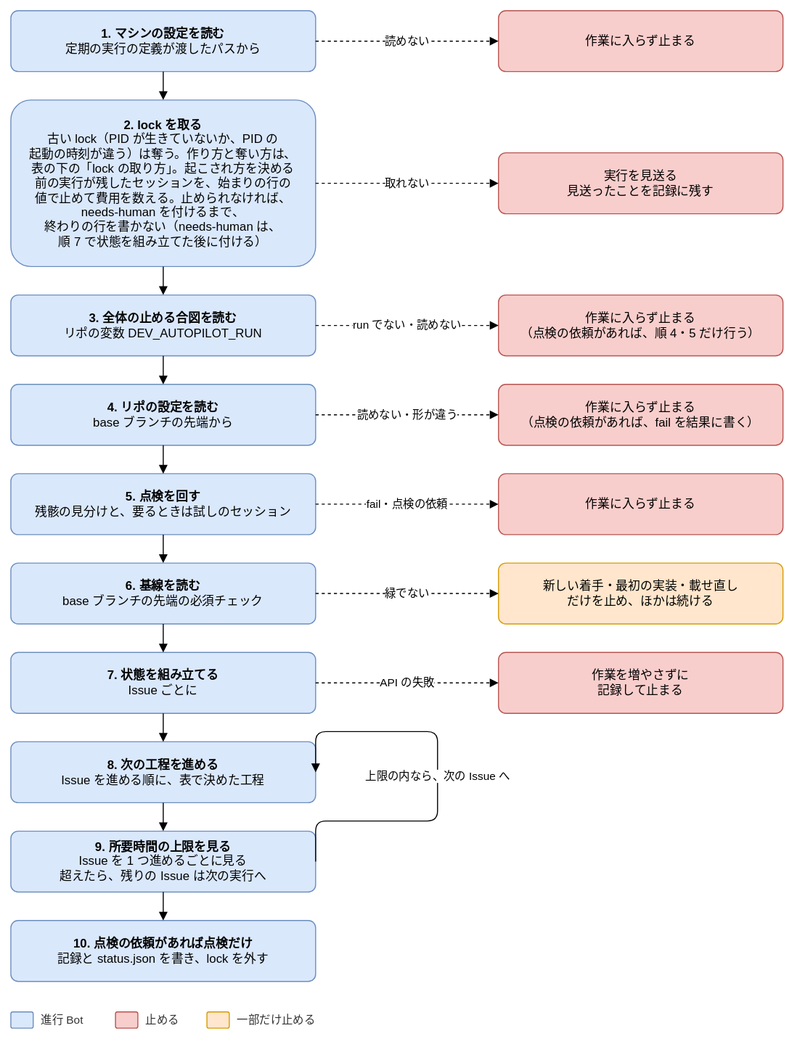
Earlier version of the draw.io export docs/design/basic/diagrams/02-run-flow.drawio.svg (Joymerrevent/dev-autopilot). Source tidied: cells renumbered, new cells last; positions are measured from the earlier drawing's top-left corner, leaving out a move shared by most shapes.
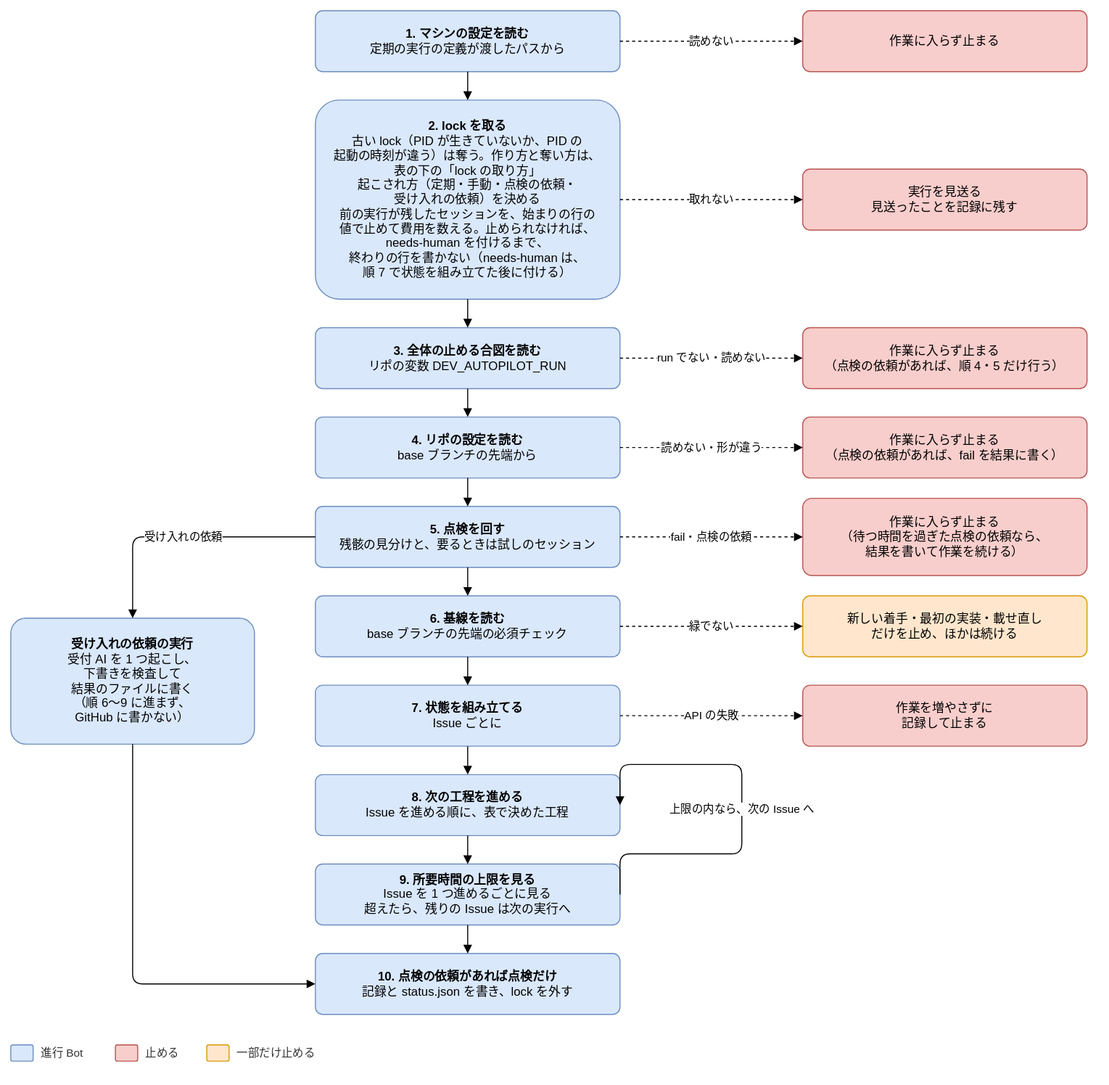
Above is the later version.

The edit, as a diff of the source:
```diff
@@ -3,22 +3,22 @@
     <mxCell id="0" />
     <mxCell id="1" parent="0" />
     <mxCell id="2" value="&lt;b&gt;1. マシンの設定を読む&lt;/b&gt;&lt;br&gt;定期の実行の定義が渡したパスから" style="rounded=1;whiteSpace=wrap;html=1;fontSize=12;arcSize=12;spacing=12;fillColor=#dae8fc;strokeColor=#6c8ebf;" parent="1" vertex="1">
-      <mxGeometry width="300" height="60" as="geometry" />
+      <mxGeometry y="-32" width="300" height="60" as="geometry" />
     </mxCell>
     <mxCell id="3" value="作業に入らず止まる" style="rounded=1;whiteSpace=wrap;html=1;fontSize=12;arcSize=12;spacing=12;fillColor=#f8cecc;strokeColor=#b85450;" parent="1" vertex="1">
-      <mxGeometry x="480" width="280" height="60" as="geometry" />
+      <mxGeometry x="480" y="-32" width="280" height="60" as="geometry" />
     </mxCell>
     <mxCell id="4" value="読めない" style="edgeStyle=orthogonalEdgeStyle;rounded=1;html=1;endArrow=block;endFill=1;fontSize=11;labelBackgroundColor=#ffffff;dashed=1;exitX=1;exitY=0.5;exitDx=0;exitDy=0;entryX=0;entryY=0.5;entryDx=0;entryDy=0;" parent="1" edge="1" source="2" target="3">
       <mxGeometry relative="1" as="geometry" />
     </mxCell>
-    <mxCell id="5" value="&lt;b&gt;2. lock を取る&lt;/b&gt;&lt;br&gt;古い lock（PID が生きていないか、PID の&lt;br&gt;起動の時刻が違う）は奪う。作り方と奪い方は、&lt;br&gt;表の下の「lock の取り方」。起こされ方を決める&lt;br&gt;前の実行が残したセッションを、始まりの行の&lt;br&gt;値で止めて費用を数える。止められなければ、&lt;br&gt;needs-human を付けるまで、&lt;br&gt;終わりの行を書かない（needs-human は、&lt;br&gt;順 7 で状態を組み立てた後に付ける）" style="rounded=1;whiteSpace=wrap;html=1;fontSize=12;arcSize=12;spacing=12;fillColor=#dae8fc;strokeColor=#6c8ebf;" parent="1" vertex="1">
-      <mxGeometry y="88" width="300" height="164" as="geometry" />
+    <mxCell id="5" value="&lt;b&gt;2. lock を取る&lt;/b&gt;&lt;br&gt;古い lock（PID が生きていないか、PID の&lt;br&gt;起動の時刻が違う）は奪う。作り方と奪い方は、&lt;br&gt;表の下の「lock の取り方」&lt;br&gt;起こされ方（定期・手動・点検の依頼・&lt;br&gt;受け入れの依頼）を決める&lt;br&gt;前の実行が残したセッションを、始まりの行の&lt;br&gt;値で止めて費用を数える。止められなければ、&lt;br&gt;needs-human を付けるまで、&lt;br&gt;終わりの行を書かない（needs-human は、&lt;br&gt;順 7 で状態を組み立てた後に付ける）" style="rounded=1;whiteSpace=wrap;html=1;fontSize=12;arcSize=12;spacing=12;fillColor=#dae8fc;strokeColor=#6c8ebf;" parent="1" vertex="1">
+      <mxGeometry y="56" width="300" height="196" as="geometry" />
     </mxCell>
     <mxCell id="6" style="edgeStyle=orthogonalEdgeStyle;rounded=1;html=1;endArrow=block;endFill=1;fontSize=11;labelBackgroundColor=#ffffff;exitX=0.5;exitY=1;exitDx=0;exitDy=0;entryX=0.5;entryY=0;entryDx=0;entryDy=0;" parent="1" edge="1" source="2" target="5">
       <mxGeometry relative="1" as="geometry" />
     </mxCell>
     <mxCell id="7" value="実行を見送る&lt;br&gt;見送ったことを記録に残す" style="rounded=1;whiteSpace=wrap;html=1;fontSize=12;arcSize=12;spacing=12;fillColor=#f8cecc;strokeColor=#b85450;" parent="1" vertex="1">
-      <mxGeometry x="480" y="140" width="280" height="60" as="geometry" />
+      <mxGeometry x="480" y="124" width="280" height="60" as="geometry" />
     </mxCell>
     <mxCell id="8" value="取れない" style="edgeStyle=orthogonalEdgeStyle;rounded=1;html=1;endArrow=block;endFill=1;fontSize=11;labelBackgroundColor=#ffffff;dashed=1;exitX=1;exitY=0.5;exitDx=0;exitDy=0;entryX=0;entryY=0.5;entryDx=0;entryDy=0;" parent="1" edge="1" source="5" target="7">
       <mxGeometry relative="1" as="geometry" />
@@ -53,8 +53,8 @@
     <mxCell id="18" style="edgeStyle=orthogonalEdgeStyle;rounded=1;html=1;endArrow=block;endFill=1;fontSize=11;labelBackgroundColor=#ffffff;exitX=0.5;exitY=1;exitDx=0;exitDy=0;entryX=0.5;entryY=0;entryDx=0;entryDy=0;" parent="1" edge="1" source="13" target="17">
       <mxGeometry relative="1" as="geometry" />
     </mxCell>
-    <mxCell id="19" value="作業に入らず止まる" style="rounded=1;whiteSpace=wrap;html=1;fontSize=12;arcSize=12;spacing=12;fillColor=#f8cecc;strokeColor=#b85450;" parent="1" vertex="1">
-      <mxGeometry x="480" y="456" width="280" height="60" as="geometry" />
+    <mxCell id="19" value="作業に入らず止まる&lt;br&gt;（待つ時間を過ぎた点検の依頼なら、&lt;br&gt;結果を書いて作業を続ける）" style="rounded=1;whiteSpace=wrap;html=1;fontSize=12;arcSize=12;spacing=12;fillColor=#f8cecc;strokeColor=#b85450;" parent="1" vertex="1">
+      <mxGeometry x="480" y="448" width="280" height="76" as="geometry" />
     </mxCell>
     <mxCell id="20" value="fail・点検の依頼" style="edgeStyle=orthogonalEdgeStyle;rounded=1;html=1;endArrow=block;endFill=1;fontSize=11;labelBackgroundColor=#ffffff;dashed=1;exitX=1;exitY=0.5;exitDx=0;exitDy=0;entryX=0;entryY=0.5;entryDx=0;entryDy=0;" parent="1" edge="1" source="17" target="19">
       <mxGeometry relative="1" as="geometry" />
@@ -110,22 +110,31 @@
       </mxGeometry>
     </mxCell>
     <mxCell id="36" style="rounded=1;whiteSpace=wrap;html=1;fontSize=12;arcSize=12;spacing=12;fillColor=#dae8fc;strokeColor=#6c8ebf;" parent="1" vertex="1">
-      <mxGeometry y="986" width="22" height="16" as="geometry" />
+      <mxGeometry x="-300" y="986" width="22" height="16" as="geometry" />
     </mxCell>
     <mxCell id="37" value="進行 Bot" style="text;html=1;align=left;verticalAlign=middle;fontSize=11;fontColor=#333333;" parent="1" vertex="1">
-      <mxGeometry x="28" y="984" width="59" height="20" as="geometry" />
+      <mxGeometry x="-272" y="984" width="59" height="20" as="geometry" />
     </mxCell>
     <mxCell id="38" style="rounded=1;whiteSpace=wrap;html=1;fontSize=12;arcSize=12;spacing=12;fillColor=#f8cecc;strokeColor=#b85450;" parent="1" vertex="1">
-      <mxGeometry x="103" y="986" width="22" height="16" as="geometry" />
+      <mxGeometry x="-197" y="986" width="22" height="16" as="geometry" />
     </mxCell>
     <mxCell id="39" value="止める" style="text;html=1;align=left;verticalAlign=middle;fontSize=11;fontColor=#333333;" parent="1" vertex="1">
-      <mxGeometry x="131" y="984" width="46" height="20" as="geometry" />
+      <mxGeometry x="-169" y="984" width="46" height="20" as="geometry" />
     </mxCell>
     <mxCell id="40" style="rounded=1;whiteSpace=wrap;html=1;fontSize=12;arcSize=12;spacing=12;fillColor=#ffe6cc;strokeColor=#d79b00;" parent="1" vertex="1">
-      <mxGeometry x="193" y="986" width="22" height="16" as="geometry" />
+      <mxGeometry x="-107" y="986" width="22" height="16" as="geometry" />
     </mxCell>
     <mxCell id="41" value="一部だけ止める" style="text;html=1;align=left;verticalAlign=middle;fontSize=11;fontColor=#333333;" parent="1" vertex="1">
-      <mxGeometry x="221" y="984" width="94" height="20" as="geometry" />
+      <mxGeometry x="-79" y="984" width="94" height="20" as="geometry" />
     </mxCell>
+    <mxCell id="42" value="&lt;b&gt;受け入れの依頼の実行&lt;/b&gt;&lt;br&gt;受付 AI を 1 つ起こし、&lt;br&gt;下書きを検査して&lt;br&gt;結果のファイルに書く&lt;br&gt;（順 6〜9 に進まず、&lt;br&gt;GitHub に書かない）" style="rounded=1;whiteSpace=wrap;html=1;fontSize=12;arcSize=12;spacing=12;fillColor=#dae8fc;strokeColor=#6c8ebf;" parent="1" vertex="1">
+      <mxGeometry x="-300" y="566" width="240" height="124" as="geometry" />
+    </mxCell>
+    <mxCell id="43" value="受け入れの依頼" style="edgeStyle=orthogonalEdgeStyle;rounded=1;html=1;endArrow=block;endFill=1;fontSize=11;labelBackgroundColor=#ffffff;exitX=0;exitY=0.5;exitDx=0;exitDy=0;entryX=0.5;entryY=0;entryDx=0;entryDy=0;" parent="1" edge="1" source="17" target="42">
+      <mxGeometry relative="1" as="geometry" />
+    </mxCell>
+    <mxCell id="44" style="edgeStyle=orthogonalEdgeStyle;rounded=1;html=1;endArrow=block;endFill=1;fontSize=11;labelBackgroundColor=#ffffff;exitX=0.5;exitY=1;exitDx=0;exitDy=0;entryX=0;entryY=0.5;entryDx=0;entryDy=0;" parent="1" edge="1" source="42" target="33">
+      <mxGeometry relative="1" as="geometry" />
+    </mxCell>
   </root>
 </mxGraphModel>
```
